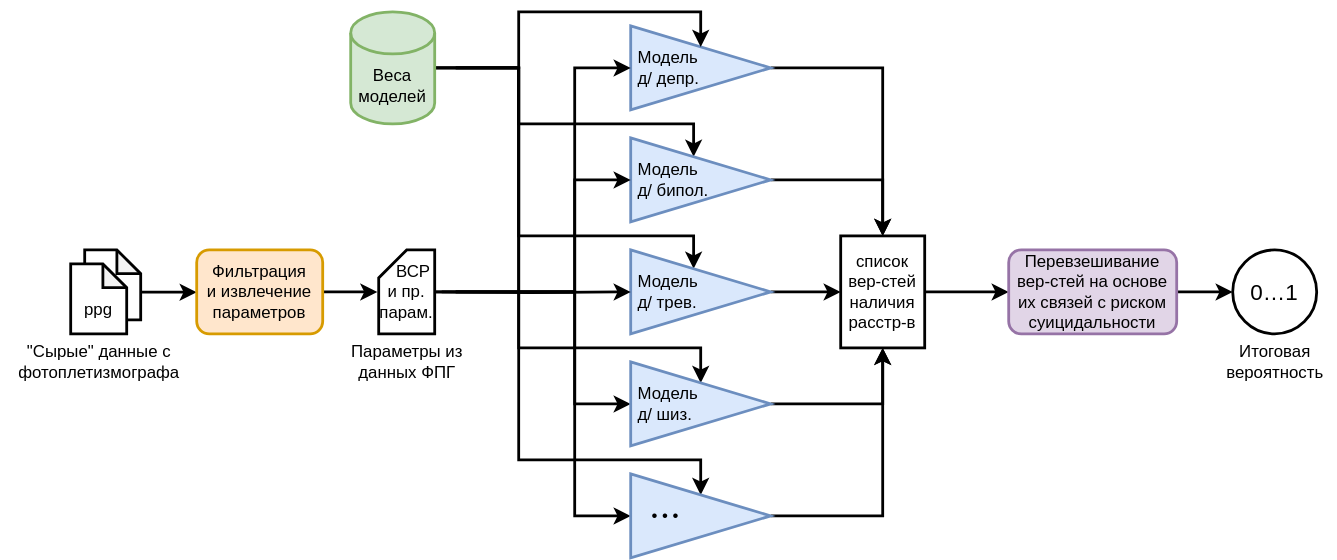
Above: README-DIAG.svg in zhabiki/PPG-Mental-Evaluation (draw.io), before the change. Source tidied: cells renumbered, new cells last; positions are measured from the earlier drawing's top-left corner, leaving out a move shared by most shapes.
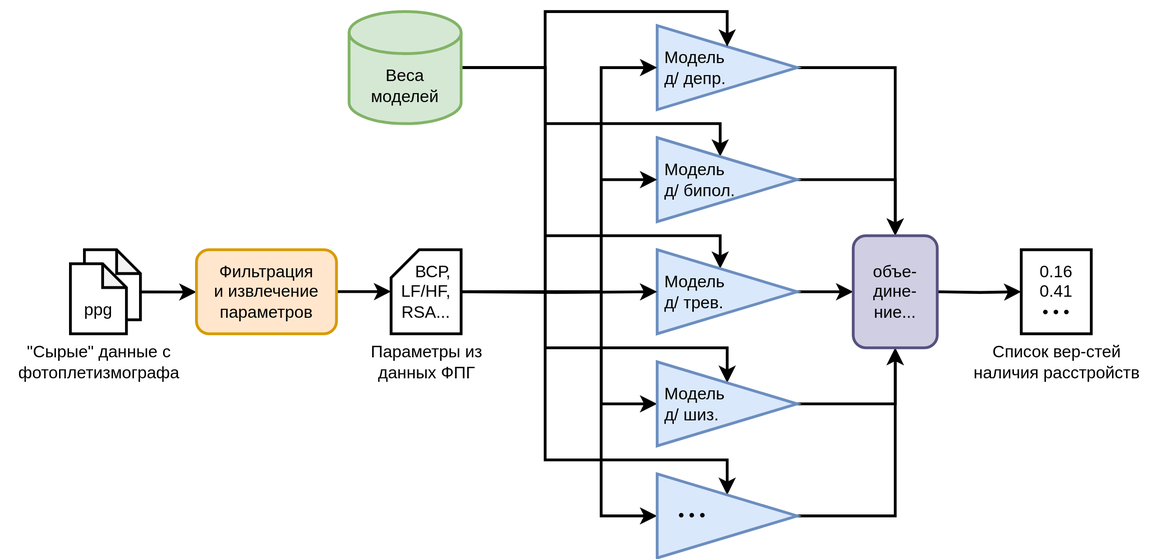
After the change.

Change to the diagram source:
```diff
@@ -2,17 +2,17 @@
   <root>
     <mxCell id="0" />
     <mxCell id="1" parent="0" />
-    <mxCell id="2" style="edgeStyle=orthogonalEdgeStyle;rounded=0;jettySize=auto;html=1;exitX=1;exitY=0.5;exitDx=0;exitDy=0;strokeWidth=2;" parent="1" edge="1" source="3" target="28">
+    <mxCell id="2" style="edgeStyle=orthogonalEdgeStyle;rounded=0;jettySize=auto;html=1;exitX=1;exitY=0.5;exitDx=0;exitDy=0;strokeWidth=2;entryX=0.5;entryY=0;entryDx=0;entryDy=0;" parent="1" edge="1" source="3" target="38">
       <mxGeometry relative="1" as="geometry" />
     </mxCell>
     <mxCell id="3" value="&lt;div align=&quot;left&quot;&gt;&amp;nbsp;Модель&lt;br&gt;&amp;nbsp;д/ депр.&lt;/div&gt;" style="triangle;whiteSpace=wrap;html=1;align=left;fillColor=#dae8fc;strokeColor=#6c8ebf;strokeWidth=2;" parent="1" vertex="1">
       <mxGeometry x="450" y="10" width="100" height="60" as="geometry" />
     </mxCell>
     <mxCell id="4" style="shape=note;whiteSpace=wrap;html=1;backgroundOutline=1;darkOpacity=0.05;size=17;strokeWidth=2;" parent="1" vertex="1">
-      <mxGeometry x="60" y="170" width="40" height="50" as="geometry" />
+      <mxGeometry x="41" y="170" width="40" height="50" as="geometry" />
     </mxCell>
     <mxCell id="5" value="&lt;br&gt;ppg" style="shape=note;whiteSpace=wrap;html=1;backgroundOutline=1;darkOpacity=0.05;size=17;strokeWidth=2;" parent="1" vertex="1">
-      <mxGeometry x="50" y="180" width="40" height="50" as="geometry" />
+      <mxGeometry x="31" y="180" width="40" height="50" as="geometry" />
     </mxCell>
     <mxCell id="6" style="edgeStyle=orthogonalEdgeStyle;rounded=0;jettySize=auto;html=1;exitX=1;exitY=0.5;exitDx=0;exitDy=0;exitPerimeter=0;strokeWidth=2;" parent="1" edge="1" target="13">
       <mxGeometry relative="1" as="geometry">
@@ -62,15 +62,15 @@
       </mxGeometry>
     </mxCell>
     <mxCell id="11" value="Веса моделей" style="shape=cylinder3;whiteSpace=wrap;html=1;boundedLbl=1;backgroundOutline=1;size=15;fillColor=#d5e8d4;strokeColor=#82b366;strokeWidth=2;" parent="1" vertex="1">
-      <mxGeometry x="250" width="60" height="80" as="geometry" />
+      <mxGeometry x="230" width="80" height="80" as="geometry" />
     </mxCell>
-    <mxCell id="12" style="edgeStyle=orthogonalEdgeStyle;rounded=0;jettySize=auto;html=1;exitX=1;exitY=0.5;exitDx=0;exitDy=0;strokeWidth=2;" parent="1" edge="1" source="13" target="28">
+    <mxCell id="12" style="edgeStyle=orthogonalEdgeStyle;rounded=0;jettySize=auto;html=1;exitX=1;exitY=0.5;exitDx=0;exitDy=0;strokeWidth=2;entryX=0.5;entryY=0;entryDx=0;entryDy=0;" parent="1" edge="1" source="13" target="38">
       <mxGeometry relative="1" as="geometry" />
     </mxCell>
     <mxCell id="13" value="&lt;div align=&quot;left&quot;&gt;&amp;nbsp;Модель&lt;br&gt;&amp;nbsp;д/ бипол.&lt;/div&gt;" style="triangle;whiteSpace=wrap;html=1;align=left;fillColor=#dae8fc;strokeColor=#6c8ebf;strokeWidth=2;" parent="1" vertex="1">
       <mxGeometry x="450" y="90" width="100" height="60" as="geometry" />
     </mxCell>
-    <mxCell id="14" style="edgeStyle=orthogonalEdgeStyle;rounded=0;jettySize=auto;html=1;exitX=1;exitY=0.5;exitDx=0;exitDy=0;entryX=0;entryY=0.5;entryDx=0;entryDy=0;strokeWidth=2;" parent="1" edge="1" source="15" target="28">
+    <mxCell id="14" style="edgeStyle=orthogonalEdgeStyle;rounded=0;jettySize=auto;html=1;exitX=1;exitY=0.5;exitDx=0;exitDy=0;strokeWidth=2;entryX=0;entryY=0.5;entryDx=0;entryDy=0;" parent="1" edge="1" source="15" target="38">
       <mxGeometry relative="1" as="geometry" />
     </mxCell>
     <mxCell id="15" value="&lt;div align=&quot;left&quot;&gt;&amp;nbsp;Модель&lt;br&gt;&amp;nbsp;д/ трев.&lt;/div&gt;" style="triangle;whiteSpace=wrap;html=1;align=left;fillColor=#dae8fc;strokeColor=#6c8ebf;strokeWidth=2;" parent="1" vertex="1">
@@ -120,52 +120,53 @@
         </Array>
       </mxGeometry>
     </mxCell>
-    <mxCell id="22" style="edgeStyle=orthogonalEdgeStyle;rounded=0;jettySize=auto;html=1;exitX=1;exitY=0.5;exitDx=0;exitDy=0;strokeWidth=2;" parent="1" edge="1" source="23" target="28">
+    <mxCell id="22" style="edgeStyle=orthogonalEdgeStyle;rounded=0;jettySize=auto;html=1;exitX=1;exitY=0.5;exitDx=0;exitDy=0;strokeWidth=2;" parent="1" edge="1" source="23" target="38">
       <mxGeometry relative="1" as="geometry" />
     </mxCell>
     <mxCell id="23" value="&lt;div align=&quot;left&quot;&gt;&amp;nbsp;Модель&lt;br&gt;&amp;nbsp;д/ шиз.&lt;/div&gt;" style="triangle;whiteSpace=wrap;html=1;align=left;fillColor=#dae8fc;strokeColor=#6c8ebf;strokeWidth=2;" parent="1" vertex="1">
       <mxGeometry x="450" y="250" width="100" height="60" as="geometry" />
     </mxCell>
-    <mxCell id="24" style="edgeStyle=orthogonalEdgeStyle;rounded=0;jettySize=auto;html=1;exitX=1;exitY=0.5;exitDx=0;exitDy=0;entryX=0.5;entryY=1;entryDx=0;entryDy=0;strokeWidth=2;" parent="1" edge="1" source="25" target="28">
+    <mxCell id="24" style="edgeStyle=orthogonalEdgeStyle;rounded=0;jettySize=auto;html=1;exitX=1;exitY=0.5;exitDx=0;exitDy=0;entryX=0.5;entryY=1;entryDx=0;entryDy=0;strokeWidth=2;" parent="1" edge="1" source="25" target="38">
       <mxGeometry relative="1" as="geometry" />
     </mxCell>
     <mxCell id="25" value="&amp;nbsp;&amp;nbsp;&amp;nbsp; • • •" style="triangle;whiteSpace=wrap;html=1;align=left;fillColor=#dae8fc;strokeColor=#6c8ebf;strokeWidth=2;" parent="1" vertex="1">
       <mxGeometry x="450" y="330" width="100" height="60" as="geometry" />
     </mxCell>
-    <mxCell id="26" value="&amp;nbsp;&amp;nbsp; ВСР&lt;br&gt;и пр.&lt;br&gt;парам." style="shape=card;whiteSpace=wrap;html=1;size=20;strokeWidth=2;" parent="1" vertex="1">
-      <mxGeometry x="270" y="170" width="40" height="60" as="geometry" />
+    <mxCell id="26" value="&amp;nbsp;&amp;nbsp; ВСР,&lt;br&gt;LF/HF,&lt;br&gt;RSA..." style="shape=card;whiteSpace=wrap;html=1;size=20;strokeWidth=2;" parent="1" vertex="1">
+      <mxGeometry x="260" y="170" width="50" height="60" as="geometry" />
     </mxCell>
-    <mxCell id="27" style="edgeStyle=orthogonalEdgeStyle;rounded=0;jettySize=auto;html=1;exitX=1;exitY=0.5;exitDx=0;exitDy=0;strokeWidth=2;" parent="1" edge="1" source="28" target="30">
-      <mxGeometry relative="1" as="geometry" />
+    <mxCell id="27" style="edgeStyle=orthogonalEdgeStyle;rounded=0;jettySize=auto;html=1;exitX=1;exitY=0.5;exitDx=0;exitDy=0;strokeWidth=2;entryX=0;entryY=0.5;entryDx=0;entryDy=0;" parent="1" edge="1" target="37">
+      <mxGeometry relative="1" as="geometry">
+        <mxPoint x="650" y="200" as="sourcePoint" />
+      </mxGeometry>
     </mxCell>
-    <mxCell id="28" value="список&lt;br&gt;вер-стей&lt;br&gt;наличия&lt;br&gt;расстр-в" style="rounded=0;whiteSpace=wrap;html=1;strokeWidth=2;" parent="1" vertex="1">
-      <mxGeometry x="600" y="160" width="60" height="80" as="geometry" />
-    </mxCell>
-    <mxCell id="29" style="edgeStyle=orthogonalEdgeStyle;rounded=0;jettySize=auto;html=1;exitX=1;exitY=0.5;exitDx=0;exitDy=0;entryX=0;entryY=0.5;entryDx=0;entryDy=0;strokeWidth=2;" parent="1" edge="1" source="30" target="31">
-      <mxGeometry relative="1" as="geometry" />
-    </mxCell>
-    <mxCell id="30" value="Перевзешивание&lt;br&gt;вер-стей на основе&lt;br&gt;их связей с риском суицидальности" style="rounded=1;whiteSpace=wrap;html=1;fillColor=#e1d5e7;strokeColor=#9673a6;strokeWidth=2;" parent="1" vertex="1">
-      <mxGeometry x="720" y="170" width="120" height="60" as="geometry" />
-    </mxCell>
-    <mxCell id="31" value="&lt;font style=&quot;font-size: 16px;&quot;&gt;0…1&lt;/font&gt;" style="ellipse;whiteSpace=wrap;html=1;strokeWidth=2;" parent="1" vertex="1">
-      <mxGeometry x="880" y="170" width="60" height="60" as="geometry" />
-    </mxCell>
-    <mxCell id="32" value="Итоговая&lt;br&gt;вероятность" style="text;html=1;align=center;verticalAlign=middle;strokeColor=none;fillColor=none;strokeWidth=2;" parent="1" vertex="1">
-      <mxGeometry x="865" y="230" width="90" height="40" as="geometry" />
-    </mxCell>
     <mxCell id="33" value="&quot;Сырые&quot; данные с&lt;br&gt;фотоплетизмографа" style="text;html=1;align=center;verticalAlign=middle;strokeColor=none;fillColor=none;strokeWidth=2;" parent="1" vertex="1">
-      <mxGeometry y="230" width="140" height="40" as="geometry" />
+      <mxGeometry x="-19" y="230" width="140" height="40" as="geometry" />
     </mxCell>
     <mxCell id="34" value="Параметры из&lt;br&gt;данных ФПГ" style="text;html=1;align=center;verticalAlign=middle;strokeColor=none;fillColor=none;strokeWidth=2;" parent="1" vertex="1">
-      <mxGeometry x="240" y="230" width="100" height="40" as="geometry" />
+      <mxGeometry x="235" y="230" width="100" height="40" as="geometry" />
     </mxCell>
-    <mxCell id="35" style="edgeStyle=orthogonalEdgeStyle;rounded=0;jettySize=auto;html=1;exitX=1;exitY=0.5;exitDx=0;exitDy=0;entryX=0;entryY=0.5;entryDx=0;entryDy=0;strokeWidth=2;" parent="1" edge="1" source="36">
+    <mxCell id="35" style="edgeStyle=orthogonalEdgeStyle;rounded=0;orthogonalLoop=1;jettySize=auto;html=1;exitX=1;exitY=0.5;exitDx=0;exitDy=0;entryX=0;entryY=0.5;entryDx=0;entryDy=0;strokeWidth=2;" parent="1" edge="1">
       <mxGeometry relative="1" as="geometry">
-        <mxPoint x="269" y="199.9" as="targetPoint" />
+        <mxPoint x="221" y="199.9" as="sourcePoint" />
+        <mxPoint x="260" y="199.8" as="targetPoint" />
+        <Array as="points">
+          <mxPoint x="250" y="199.9" />
+          <mxPoint x="250" y="199.9" />
+        </Array>
       </mxGeometry>
     </mxCell>
     <mxCell id="36" value="Фильтрация&lt;br&gt;и извлечение&lt;br&gt;параметров" style="rounded=1;whiteSpace=wrap;html=1;fillColor=#ffe6cc;strokeColor=#d79b00;strokeWidth=2;" parent="1" vertex="1">
-      <mxGeometry x="140" y="170" width="90" height="60" as="geometry" />
+      <mxGeometry x="121" y="170" width="100" height="60" as="geometry" />
     </mxCell>
+    <mxCell id="37" value="0.16&lt;br&gt;0.41&lt;br&gt;• • •" style="rounded=0;whiteSpace=wrap;html=1;strokeWidth=2;" parent="1" vertex="1">
+      <mxGeometry x="710" y="170" width="50" height="60" as="geometry" />
+    </mxCell>
+    <mxCell id="38" value="объе-&lt;br&gt;дине-&lt;br&gt;ние..." style="rounded=1;whiteSpace=wrap;html=1;fillColor=#d0cee2;strokeColor=#56517e;strokeWidth=2;" parent="1" vertex="1">
+      <mxGeometry x="590" y="160" width="60" height="80" as="geometry" />
+    </mxCell>
+    <mxCell id="39" value="Список вер-стей&lt;br&gt;наличия расстройств" style="text;html=1;align=center;verticalAlign=middle;strokeColor=none;fillColor=none;strokeWidth=2;" parent="1" vertex="1">
+      <mxGeometry x="665" y="230" width="140" height="40" as="geometry" />
+    </mxCell>
   </root>
 </mxGraphModel>
```
